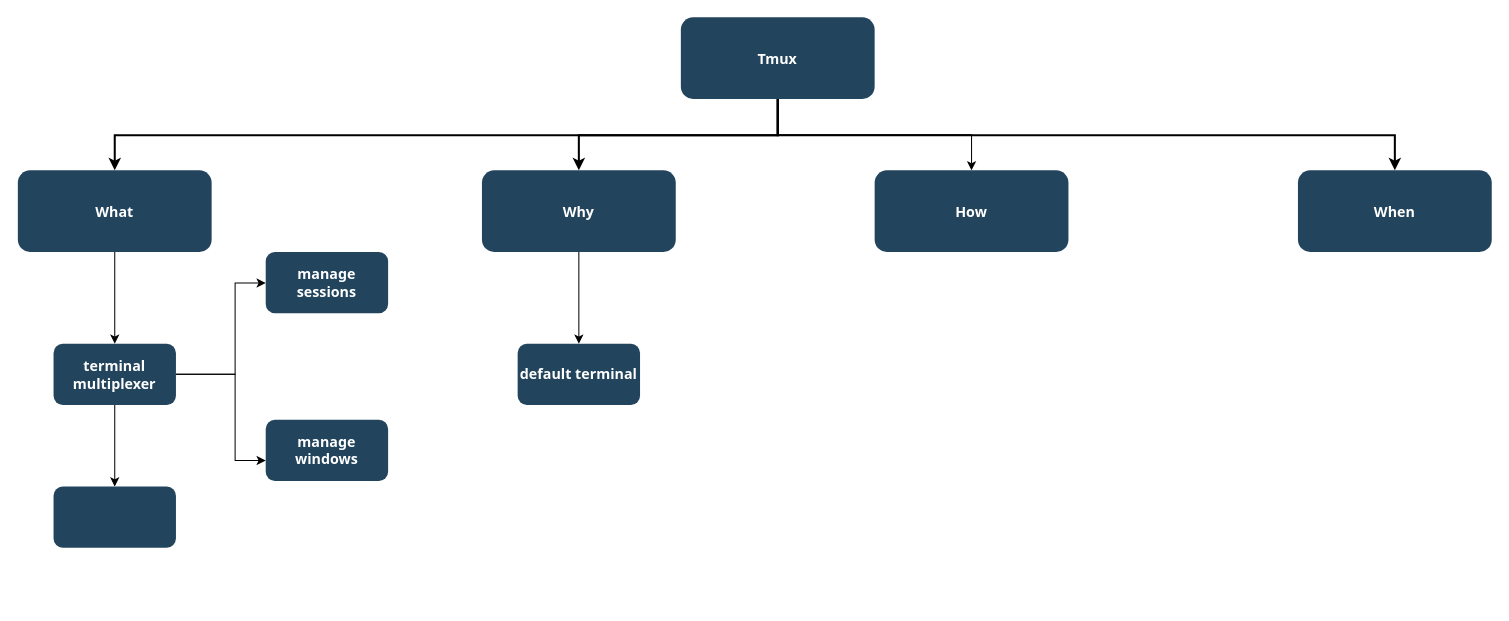
Earlier version of the draw.io diagram Untitled Diagram.drawio (cherubic/drawio). Source tidied: cells renumbered, new cells numbered last; positions are measured from the earlier drawing's top-left corner, leaving out a move shared by most shapes. Both pictures are drawn from the tidied source at 102%, with x=0, y=0 at pixel (17, 17).
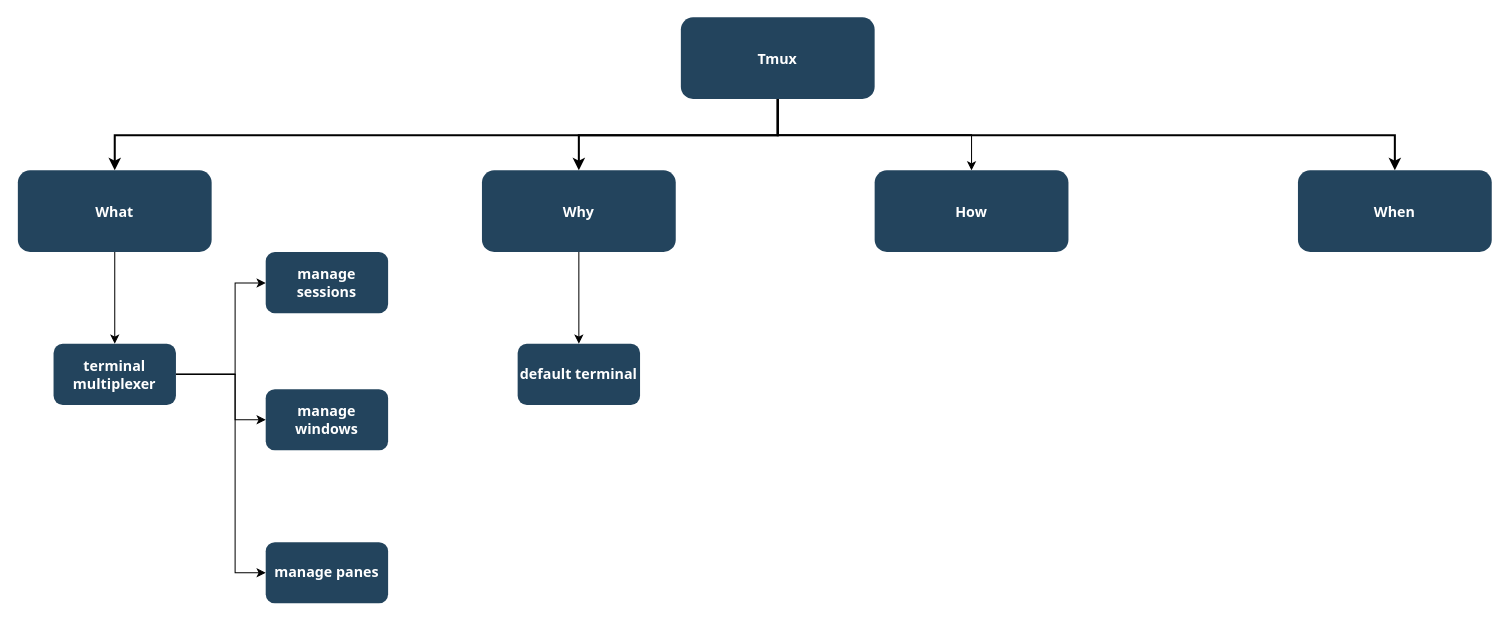
Above is the later version.

The change refers to these unchanged cells:
```xml
<mxCell id="16" value="terminal multiplexer" style="whiteSpace=wrap;html=1;fontSize=14;fontFamily=Tahoma;fillColor=#23445D;strokeColor=none;fontColor=#FFFFFF;rounded=1;gradientColor=none;fontStyle=1;" parent="1" vertex="1">
  <mxGeometry x="35" y="319.5" width="120" height="60" as="geometry" />
</mxCell>
```

The edit, as a diff of the source:
```diff
@@
     <mxCell id="14" style="edgeStyle=orthogonalEdgeStyle;rounded=0;jettySize=auto;html=1;" parent="1" edge="1" source="16" target="18">
       <mxGeometry relative="1" as="geometry">
         <Array as="points">
           <mxPoint x="213" y="350" />
-          <mxPoint x="213" y="434" />
+          <mxPoint x="213" y="394" />
         </Array>
       </mxGeometry>
     </mxCell>
-    <mxCell id="15" style="edgeStyle=orthogonalEdgeStyle;rounded=0;jettySize=auto;html=1;" parent="1" edge="1" source="16" target="20">
-      <mxGeometry relative="1" as="geometry" />
-    </mxCell>
+    <mxCell id="21" style="edgeStyle=orthogonalEdgeStyle;rounded=0;jettySize=auto;html=1;" parent="1" edge="1" source="16" target="22">
+      <mxGeometry relative="1" as="geometry">
+        <Array as="points">
+          <mxPoint x="213" y="350" />
+          <mxPoint x="213" y="544" />
+        </Array>
+      </mxGeometry>
+    </mxCell>
@@
     <mxCell id="18" value="manage windows" style="whiteSpace=wrap;html=1;fontSize=14;fontFamily=Tahoma;fillColor=#23445D;strokeColor=none;fontColor=#FFFFFF;rounded=1;gradientColor=none;fontStyle=1;" parent="1" vertex="1">
-      <mxGeometry x="243" y="394" width="120" height="60" as="geometry" />
+      <mxGeometry x="243" y="364" width="120" height="60" as="geometry" />
     </mxCell>
@@
-    <mxCell id="20" style="whiteSpace=wrap;html=1;fontSize=14;fontFamily=Tahoma;fillColor=#23445D;strokeColor=none;fontColor=#FFFFFF;rounded=1;gradientColor=none;fontStyle=1;" parent="1" vertex="1">
-      <mxGeometry x="35" y="459.5" width="120" height="60" as="geometry" />
-    </mxCell>
+    <mxCell id="22" value="manage panes" style="whiteSpace=wrap;html=1;fontSize=14;fontFamily=Tahoma;fillColor=#23445D;strokeColor=none;fontColor=#FFFFFF;rounded=1;gradientColor=none;fontStyle=1;" parent="1" vertex="1">
+      <mxGeometry x="243" y="514" width="120" height="60" as="geometry" />
+    </mxCell>
```
